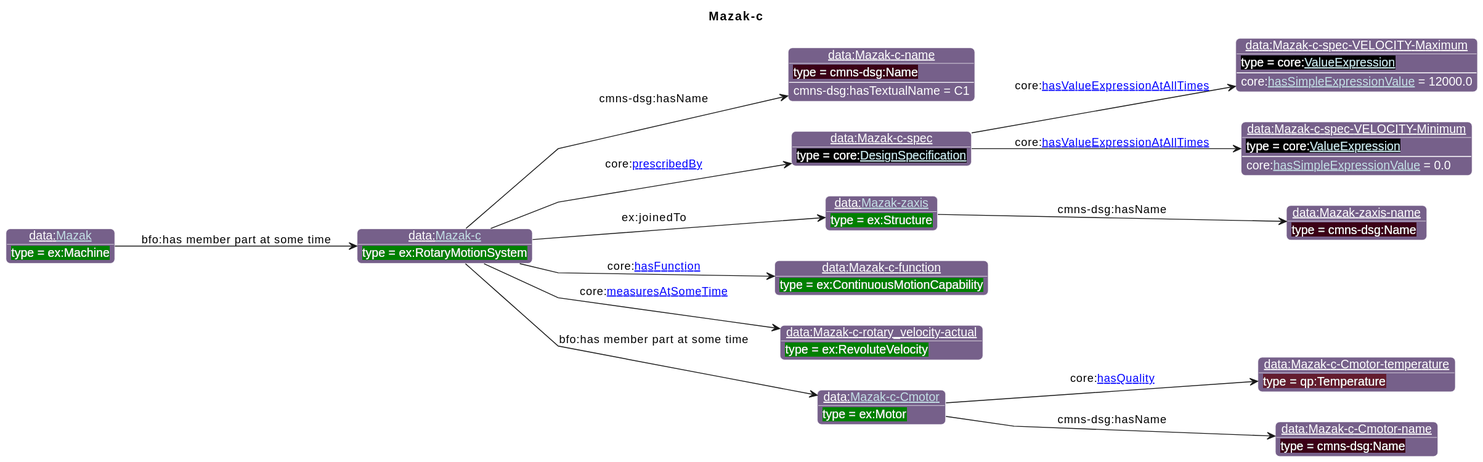
iofoundry/example-syseng-mtconnect keeps this PlantUML diagram as diagrams/Mazak-c.svg. Above is the earlier version.
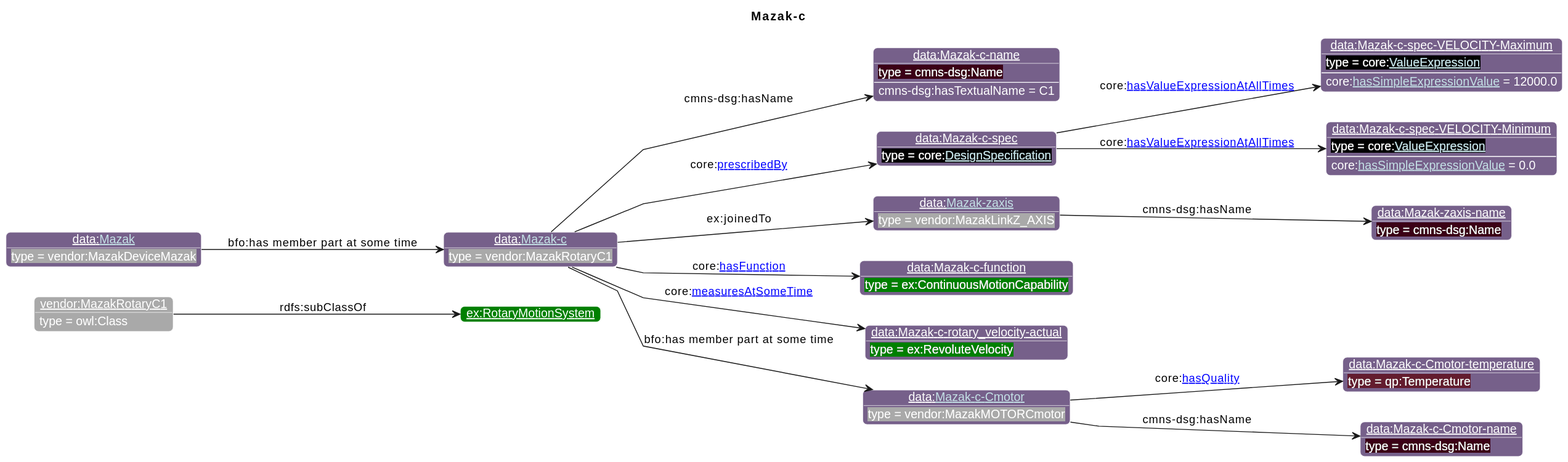
After the change.

The edit, as a diff of the source:
```diff
@@ -19,32 +19,35 @@
                       "ns1":"76608A",
 "ex":"Green","data":"76608A","core":"000000","units":"8A2D3B","qp":"641B2E","cmns-dsg":"3A0519"
 }
-individual(o1, data:[[./Mazak-c.html Mazak-c]], ex:RotaryMotionSystem)
-individual(o2, data:Mazak-c-name, cmns-dsg:Name)
-individual(o3, data:Mazak-c-spec, core:[[https://spec.industrialontologies.org/ontology/core/Core/DesignSpecification DesignSpecification]])
-individual(o4, data:Mazak-c-spec-VELOCITY-Maximum, core:[[https://spec.industrialontologies.org/ontology/core/Core/ValueExpression ValueExpression]])
-individual(o5, data:Mazak-c-spec-VELOCITY-Minimum, core:[[https://spec.industrialontologies.org/ontology/core/Core/ValueExpression ValueExpression]])
-individual(o6, data:[[./Mazak-zaxis.html Mazak-zaxis]], ex:Structure)
-individual(o7, data:Mazak-zaxis-name, cmns-dsg:Name)
-individual(o8, data:Mazak-c-function, ex:ContinuousMotionCapability)
-individual(o9, data:Mazak-c-rotary_velocity-actual, ex:RevoluteVelocity)
-individual(o10, data:[[./Mazak-c-Cmotor.html Mazak-c-Cmotor]], ex:Motor)
-individual(o11, data:Mazak-c-Cmotor-temperature, qp:Temperature)
-individual(o12, data:Mazak-c-Cmotor-name, cmns-dsg:Name)
-individual(o13, data:[[./Mazak.html Mazak]], ex:Machine)
-property(o1, cmns-dsg:hasName, o2)
-data(o2, cmns-dsg:hasTextualName, C1)
-property(o1, core:[[https://spec.industrialontologies.org/ontology/core/Core/prescribedBy prescribedBy]], o3)
-property(o3, core:[[https://spec.industrialontologies.org/ontology/core/Core/hasValueExpressionAtAllTimes hasValueExpressionAtAllTimes]], o4)
-data(o4, core:[[https://spec.industrialontologies.org/ontology/core/Core/hasSimpleExpressionValue hasSimpleExpressionValue]], 12000.0)
-property(o3, core:[[https://spec.industrialontologies.org/ontology/core/Core/hasValueExpressionAtAllTimes hasValueExpressionAtAllTimes]], o5)
-data(o5, core:[[https://spec.industrialontologies.org/ontology/core/Core/hasSimpleExpressionValue hasSimpleExpressionValue]], 0.0)
-property(o1, ex:joinedTo, o6)
-property(o6, cmns-dsg:hasName, o7)
-property(o1, core:[[https://spec.industrialontologies.org/ontology/core/Core/hasFunction hasFunction]], o8)
-property(o1, core:[[https://spec.industrialontologies.org/ontology/core/Core/measuresAtSomeTime measuresAtSomeTime]], o9)
-property(o1, "bfo:has member part at some time", o10)
-property(o10, core:[[https://spec.industrialontologies.org/ontology/core/Core/hasQuality hasQuality]], o11)
-property(o10, cmns-dsg:hasName, o12)
-property(o13, "bfo:has member part at some time", o1)
+individual(o1, vendor:MazakRotaryC1, owl:Class)
+individual(o2, ex:RotaryMotionSystem)
+individual(o3, data:[[./Mazak-c.html Mazak-c]], vendor:MazakRotaryC1)
+individual(o4, data:Mazak-c-name, cmns-dsg:Name)
+individual(o5, data:Mazak-c-spec, core:[[https://spec.industrialontologies.org/ontology/core/Core/DesignSpecification DesignSpecification]])
+individual(o6, data:Mazak-c-spec-VELOCITY-Maximum, core:[[https://spec.industrialontologies.org/ontology/core/Core/ValueExpression ValueExpression]])
+individual(o7, data:Mazak-c-spec-VELOCITY-Minimum, core:[[https://spec.industrialontologies.org/ontology/core/Core/ValueExpression ValueExpression]])
+individual(o8, data:[[./Mazak-zaxis.html Mazak-zaxis]], vendor:MazakLinkZ_AXIS)
+individual(o9, data:Mazak-zaxis-name, cmns-dsg:Name)
+individual(o10, data:Mazak-c-function, ex:ContinuousMotionCapability)
+individual(o11, data:Mazak-c-rotary_velocity-actual, ex:RevoluteVelocity)
+individual(o12, data:[[./Mazak-c-Cmotor.html Mazak-c-Cmotor]], vendor:MazakMOTORCmotor)
+individual(o13, data:Mazak-c-Cmotor-temperature, qp:Temperature)
+individual(o14, data:Mazak-c-Cmotor-name, cmns-dsg:Name)
+individual(o15, data:[[./Mazak.html Mazak]], vendor:MazakDeviceMazak)
+property(o1, rdfs:subClassOf, o2)
+property(o3, cmns-dsg:hasName, o4)
+data(o4, cmns-dsg:hasTextualName, C1)
+property(o3, core:[[https://spec.industrialontologies.org/ontology/core/Core/prescribedBy prescribedBy]], o5)
+property(o5, core:[[https://spec.industrialontologies.org/ontology/core/Core/hasValueExpressionAtAllTimes hasValueExpressionAtAllTimes]], o6)
+data(o6, core:[[https://spec.industrialontologies.org/ontology/core/Core/hasSimpleExpressionValue hasSimpleExpressionValue]], 12000.0)
+property(o5, core:[[https://spec.industrialontologies.org/ontology/core/Core/hasValueExpressionAtAllTimes hasValueExpressionAtAllTimes]], o7)
+data(o7, core:[[https://spec.industrialontologies.org/ontology/core/Core/hasSimpleExpressionValue hasSimpleExpressionValue]], 0.0)
+property(o3, ex:joinedTo, o8)
+property(o8, cmns-dsg:hasName, o9)
+property(o3, core:[[https://spec.industrialontologies.org/ontology/core/Core/hasFunction hasFunction]], o10)
+property(o3, core:[[https://spec.industrialontologies.org/ontology/core/Core/measuresAtSomeTime measuresAtSomeTime]], o11)
+property(o3, "bfo:has member part at some time", o12)
+property(o12, core:[[https://spec.industrialontologies.org/ontology/core/Core/hasQuality hasQuality]], o13)
+property(o12, cmns-dsg:hasName, o14)
+property(o15, "bfo:has member part at some time", o3)
 @enduml
```
